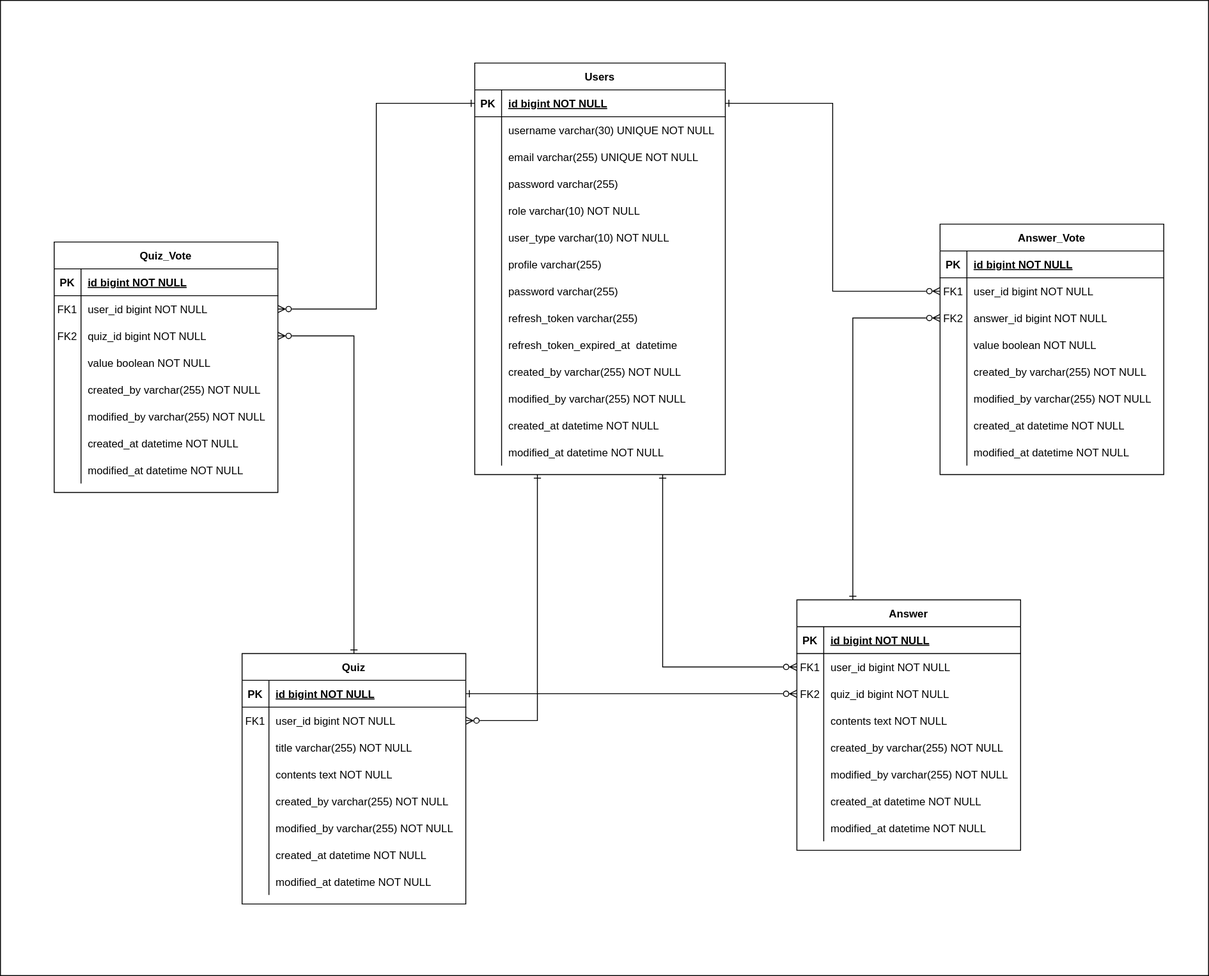
Before: document/erd.svg, a diagram exported from draw.io (leesh5000/Quiz-Moa-BE). Source tidied: cells renumbered, new cells last; positions are measured from the earlier drawing's top-left corner, leaving out a move shared by most shapes.
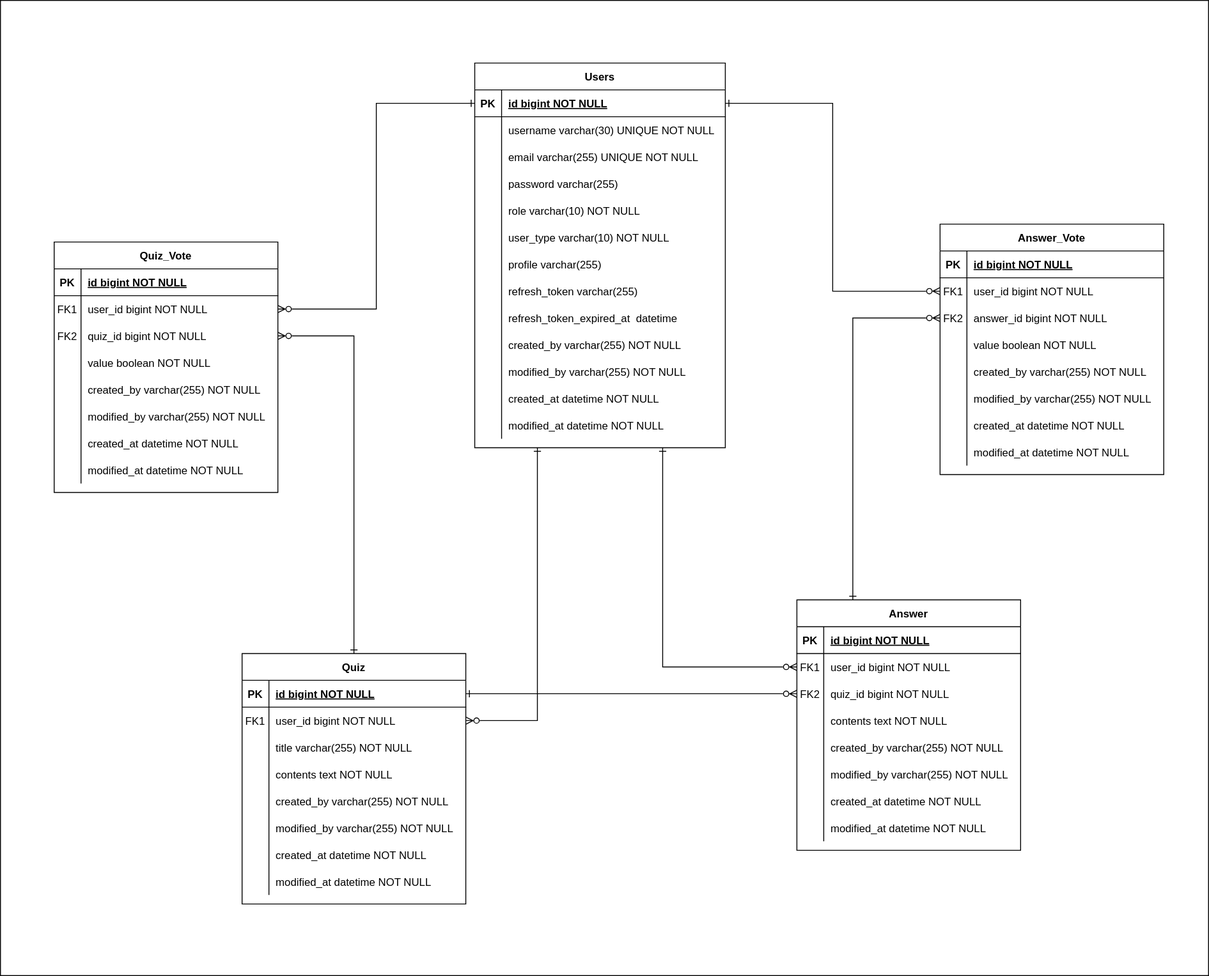
The same diagram one commit later.

The edit, as a diff of the source:
```diff
@@ -156,7 +156,7 @@
       <mxGeometry x="30" width="220" height="30" as="geometry" />
     </mxCell>
     <mxCell id="53" value="Users" style="shape=table;startSize=30;rowLines=0;fontStyle=1;align=center;" parent="1" vertex="1">
-      <mxGeometry x="530" y="70" width="280" height="460" as="geometry" />
+      <mxGeometry x="530" y="70" width="280" height="430" as="geometry" />
     </mxCell>
     <mxCell id="54" style="shape=partialRectangle;fillColor=none;points=[[0,0.5],[1,0.5]];portConstraint=eastwest;top=0;left=0;right=0;bottom=1;" parent="53" vertex="1">
       <mxGeometry y="30" width="280" height="30" as="geometry" />
@@ -221,17 +221,8 @@
     <mxCell id="74" value="profile varchar(255)" style="shape=partialRectangle;overflow=hidden;fillColor=none;top=0;left=0;bottom=0;right=0;align=left;spacingLeft=6;" parent="72" vertex="1">
       <mxGeometry x="30" width="250" height="30" as="geometry" />
     </mxCell>
-    <mxCell id="75" style="shape=partialRectangle;fillColor=none;top=0;left=0;right=0;bottom=0;" parent="53" vertex="1">
-      <mxGeometry y="240" width="280" height="30" as="geometry" />
-    </mxCell>
-    <mxCell id="76" style="shape=partialRectangle;overflow=hidden;fillColor=none;top=0;left=0;bottom=0;right=0;" parent="75" vertex="1">
-      <mxGeometry width="30" height="30" as="geometry" />
-    </mxCell>
-    <mxCell id="77" value="password varchar(255)" style="shape=partialRectangle;overflow=hidden;fillColor=none;top=0;left=0;bottom=0;right=0;align=left;spacingLeft=6;" parent="75" vertex="1">
-      <mxGeometry x="30" width="250" height="30" as="geometry" />
-    </mxCell>
     <mxCell id="78" style="shape=partialRectangle;fillColor=none;top=0;left=0;right=0;bottom=0;" parent="53" vertex="1">
-      <mxGeometry y="270" width="280" height="30" as="geometry" />
+      <mxGeometry y="240" width="280" height="30" as="geometry" />
     </mxCell>
     <mxCell id="79" style="shape=partialRectangle;overflow=hidden;fillColor=none;top=0;left=0;bottom=0;right=0;" parent="78" vertex="1">
       <mxGeometry width="30" height="30" as="geometry" />
@@ -240,7 +231,7 @@
       <mxGeometry x="30" width="250" height="30" as="geometry" />
     </mxCell>
     <mxCell id="81" style="shape=partialRectangle;fillColor=none;top=0;left=0;right=0;bottom=0;" parent="53" vertex="1">
-      <mxGeometry y="300" width="280" height="30" as="geometry" />
+      <mxGeometry y="270" width="280" height="30" as="geometry" />
     </mxCell>
     <mxCell id="82" style="shape=partialRectangle;overflow=hidden;fillColor=none;top=0;left=0;bottom=0;right=0;" parent="81" vertex="1">
       <mxGeometry width="30" height="30" as="geometry" />
@@ -249,7 +240,7 @@
       <mxGeometry x="30" width="250" height="30" as="geometry" />
     </mxCell>
     <mxCell id="84" style="shape=partialRectangle;fillColor=none;top=0;left=0;right=0;bottom=0;" parent="53" vertex="1">
-      <mxGeometry y="330" width="280" height="30" as="geometry" />
+      <mxGeometry y="300" width="280" height="30" as="geometry" />
     </mxCell>
     <mxCell id="85" style="shape=partialRectangle;overflow=hidden;fillColor=none;top=0;left=0;bottom=0;right=0;" parent="84" vertex="1">
       <mxGeometry width="30" height="30" as="geometry" />
@@ -258,7 +249,7 @@
       <mxGeometry x="30" width="250" height="30" as="geometry" />
     </mxCell>
     <mxCell id="87" style="shape=partialRectangle;fillColor=none;top=0;left=0;right=0;bottom=0;" parent="53" vertex="1">
-      <mxGeometry y="360" width="280" height="30" as="geometry" />
+      <mxGeometry y="330" width="280" height="30" as="geometry" />
     </mxCell>
     <mxCell id="88" style="shape=partialRectangle;overflow=hidden;fillColor=none;top=0;left=0;bottom=0;right=0;" parent="87" vertex="1">
       <mxGeometry width="30" height="30" as="geometry" />
@@ -267,7 +258,7 @@
       <mxGeometry x="30" width="250" height="30" as="geometry" />
     </mxCell>
     <mxCell id="90" style="shape=partialRectangle;fillColor=none;top=0;left=0;right=0;bottom=0;" parent="53" vertex="1">
-      <mxGeometry y="390" width="280" height="30" as="geometry" />
+      <mxGeometry y="360" width="280" height="30" as="geometry" />
     </mxCell>
     <mxCell id="91" style="shape=partialRectangle;overflow=hidden;fillColor=none;top=0;left=0;bottom=0;right=0;" parent="90" vertex="1">
       <mxGeometry width="30" height="30" as="geometry" />
@@ -276,7 +267,7 @@
       <mxGeometry x="30" width="250" height="30" as="geometry" />
     </mxCell>
     <mxCell id="93" style="shape=partialRectangle;fillColor=none;top=0;left=0;right=0;bottom=0;" parent="53" vertex="1">
-      <mxGeometry y="420" width="280" height="30" as="geometry" />
+      <mxGeometry y="390" width="280" height="30" as="geometry" />
     </mxCell>
     <mxCell id="94" style="shape=partialRectangle;overflow=hidden;fillColor=none;top=0;left=0;bottom=0;right=0;" parent="93" vertex="1">
       <mxGeometry width="30" height="30" as="geometry" />
```
